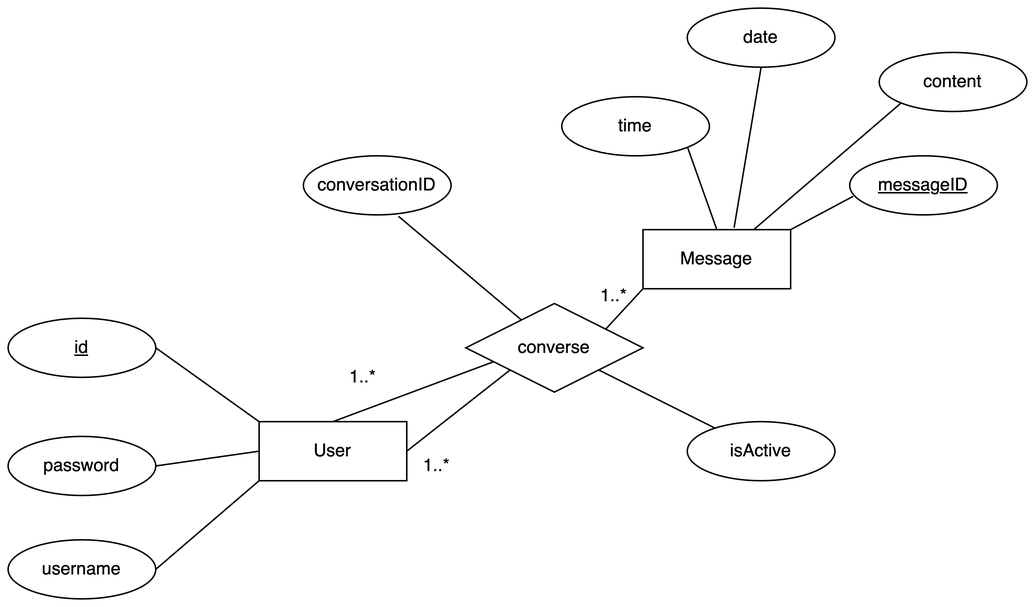
The draw.io diagram Conception/Database entity-relationship diagram/ERD.png in mousssse/ChatApp, before a commit. Source tidied: cells renumbered, new cells last; positions are measured from the earlier drawing's top-left corner, leaving out a move shared by most shapes.
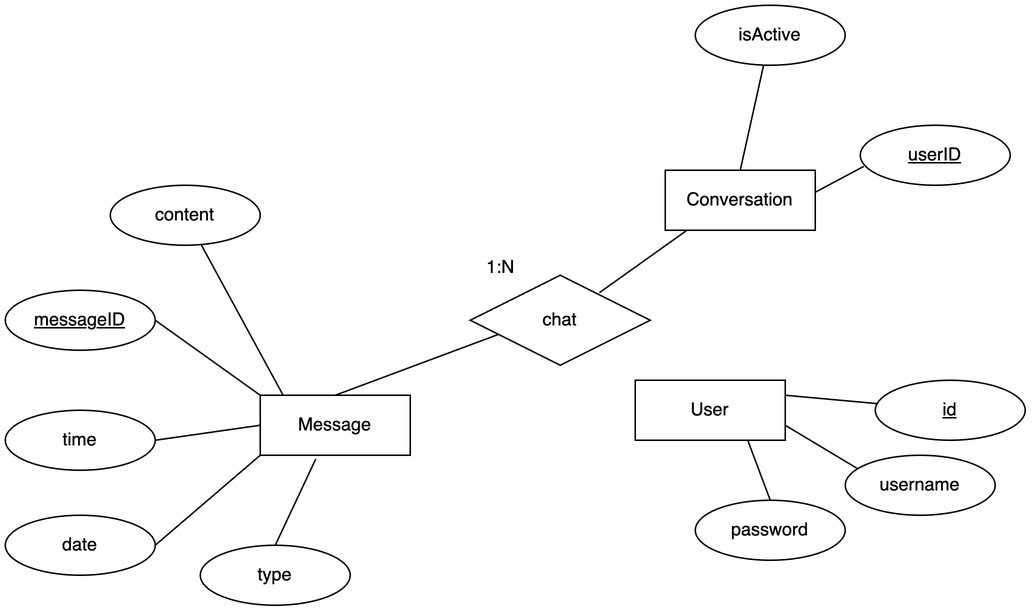
Later version of the same file.

The edit, as a diff of the source:
```diff
@@ -2,16 +2,16 @@
   <root>
     <mxCell id="0" />
     <mxCell id="1" parent="0" />
-    <mxCell id="2" value="User" style="whiteSpace=wrap;html=1;align=center;" parent="1" vertex="1">
+    <mxCell id="2" value="Message" style="whiteSpace=wrap;html=1;align=center;" parent="1" vertex="1">
       <mxGeometry x="170" y="280" width="100" height="40" as="geometry" />
     </mxCell>
-    <mxCell id="3" value="id" style="ellipse;whiteSpace=wrap;html=1;align=center;fontStyle=4;" parent="1" vertex="1">
+    <mxCell id="3" value="messageID" style="ellipse;whiteSpace=wrap;html=1;align=center;fontStyle=4;" parent="1" vertex="1">
       <mxGeometry y="210" width="100" height="40" as="geometry" />
     </mxCell>
-    <mxCell id="4" value="password" style="ellipse;whiteSpace=wrap;html=1;align=center;" parent="1" vertex="1">
+    <mxCell id="4" value="time" style="ellipse;whiteSpace=wrap;html=1;align=center;" parent="1" vertex="1">
       <mxGeometry y="290" width="100" height="40" as="geometry" />
     </mxCell>
-    <mxCell id="5" value="username" style="ellipse;whiteSpace=wrap;html=1;align=center;" parent="1" vertex="1">
+    <mxCell id="5" value="date" style="ellipse;whiteSpace=wrap;html=1;align=center;" parent="1" vertex="1">
       <mxGeometry y="360" width="100" height="40" as="geometry" />
     </mxCell>
     <mxCell id="6" style="endArrow=none;html=1;rounded=0;exitX=1;exitY=0.5;exitDx=0;exitDy=0;entryX=0;entryY=0;entryDx=0;entryDy=0;" parent="1" edge="1" source="3" target="2">
@@ -23,11 +23,8 @@
     <mxCell id="8" style="endArrow=none;html=1;rounded=0;exitX=1;exitY=0.5;exitDx=0;exitDy=0;entryX=0;entryY=1;entryDx=0;entryDy=0;" parent="1" edge="1" source="5" target="2">
       <mxGeometry relative="1" as="geometry" />
     </mxCell>
-    <mxCell id="9" style="endArrow=none;html=1;rounded=0;exitX=0;exitY=1;exitDx=0;exitDy=0;entryX=0.5;entryY=1;entryDx=0;entryDy=0;" parent="1" edge="1">
-      <mxGeometry relative="1" as="geometry">
-        <mxPoint x="430" y="190" as="sourcePoint" />
-        <mxPoint x="370" y="255" as="targetPoint" />
-      </mxGeometry>
+    <mxCell id="9" style="endArrow=none;html=1;rounded=0;exitX=0.14;exitY=1.009;exitDx=0;exitDy=0;entryX=0.718;entryY=0.193;entryDx=0;entryDy=0;exitPerimeter=0;entryPerimeter=0;" parent="1" edge="1" source="26" target="11">
+      <mxGeometry relative="1" as="geometry" />
     </mxCell>
     <mxCell id="10" style="endArrow=none;html=1;rounded=0;entryX=1;entryY=0;entryDx=0;entryDy=0;exitX=0.024;exitY=0.685;exitDx=0;exitDy=0;exitPerimeter=0;" parent="1" edge="1">
       <mxGeometry relative="1" as="geometry">
@@ -35,63 +32,61 @@
         <mxPoint x="530" y="150" as="targetPoint" />
       </mxGeometry>
     </mxCell>
-    <mxCell id="11" value="converse" style="shape=rhombus;perimeter=rhombusPerimeter;whiteSpace=wrap;html=1;align=center;" parent="1" vertex="1">
+    <mxCell id="11" value="chat" style="shape=rhombus;perimeter=rhombusPerimeter;whiteSpace=wrap;html=1;align=center;" parent="1" vertex="1">
       <mxGeometry x="310" y="200" width="120" height="60" as="geometry" />
     </mxCell>
-    <mxCell id="12" style="endArrow=none;html=1;rounded=0;exitX=1;exitY=0.5;exitDx=0;exitDy=0;entryX=0;entryY=1;entryDx=0;entryDy=0;" parent="1" edge="1" source="2" target="11">
-      <mxGeometry relative="1" as="geometry" />
-    </mxCell>
     <mxCell id="13" style="endArrow=none;html=1;rounded=0;exitX=0.5;exitY=0;exitDx=0;exitDy=0;entryX=0.157;entryY=0.657;entryDx=0;entryDy=0;entryPerimeter=0;" parent="1" edge="1" source="2" target="11">
       <mxGeometry relative="1" as="geometry" />
     </mxCell>
-    <mxCell id="14" value="1..*" style="text;html=1;align=center;verticalAlign=middle;strokeColor=none;fillColor=none;" parent="1" vertex="1">
-      <mxGeometry x="270" y="295" width="40" height="30" as="geometry" />
-    </mxCell>
-    <mxCell id="15" value="1..*" style="text;html=1;align=center;verticalAlign=middle;strokeColor=none;fillColor=none;" parent="1" vertex="1">
-      <mxGeometry x="220" y="235" width="40" height="30" as="geometry" />
+    <mxCell id="15" value="1:N" style="text;html=1;align=center;verticalAlign=middle;strokeColor=none;fillColor=none;" parent="1" vertex="1">
+      <mxGeometry x="310" y="180" width="40" height="30" as="geometry" />
     </mxCell>
-    <mxCell id="16" value="1..*" style="text;html=1;align=center;verticalAlign=middle;strokeColor=none;fillColor=none;" parent="1" vertex="1">
-      <mxGeometry x="390" y="180" width="40" height="30" as="geometry" />
-    </mxCell>
-    <mxCell id="17" value="date" style="ellipse;whiteSpace=wrap;html=1;align=center;" parent="1" vertex="1">
-      <mxGeometry x="460" width="100" height="40" as="geometry" />
-    </mxCell>
-    <mxCell id="18" value="time" style="ellipse;whiteSpace=wrap;html=1;align=center;" parent="1" vertex="1">
-      <mxGeometry x="375" y="60" width="100" height="40" as="geometry" />
-    </mxCell>
-    <mxCell id="19" value="content" style="ellipse;whiteSpace=wrap;html=1;align=center;" parent="1" vertex="1">
-      <mxGeometry x="590" y="30" width="100" height="40" as="geometry" />
-    </mxCell>
-    <mxCell id="20" style="endArrow=none;html=1;rounded=0;entryX=1;entryY=1;entryDx=0;entryDy=0;exitX=0.5;exitY=0;exitDx=0;exitDy=0;" parent="1" edge="1" target="18">
-      <mxGeometry relative="1" as="geometry">
-        <mxPoint x="480" y="150" as="sourcePoint" />
-      </mxGeometry>
-    </mxCell>
-    <mxCell id="21" style="endArrow=none;html=1;rounded=0;entryX=0.617;entryY=-0.032;entryDx=0;entryDy=0;exitX=0.5;exitY=1;exitDx=0;exitDy=0;entryPerimeter=0;" parent="1" edge="1" source="17" target="26">
-      <mxGeometry relative="1" as="geometry" />
-    </mxCell>
-    <mxCell id="22" style="endArrow=none;html=1;rounded=0;entryX=0.75;entryY=0;entryDx=0;entryDy=0;exitX=0;exitY=1;exitDx=0;exitDy=0;" parent="1" edge="1" source="19">
-      <mxGeometry relative="1" as="geometry">
-        <mxPoint x="505" y="150" as="targetPoint" />
-      </mxGeometry>
-    </mxCell>
     <mxCell id="23" value="isActive" style="ellipse;whiteSpace=wrap;html=1;align=center;" parent="1" vertex="1">
-      <mxGeometry x="460" y="280" width="100" height="40" as="geometry" />
+      <mxGeometry x="460" y="20" width="100" height="40" as="geometry" />
     </mxCell>
-    <mxCell id="24" style="endArrow=none;html=1;rounded=0;entryX=1;entryY=1;entryDx=0;entryDy=0;" parent="1" edge="1" source="23" target="11">
+    <mxCell id="24" style="endArrow=none;html=1;rounded=0;entryX=0.5;entryY=0;entryDx=0;entryDy=0;" parent="1" edge="1" source="23" target="26">
       <mxGeometry relative="1" as="geometry" />
     </mxCell>
-    <mxCell id="25" value="messageID" style="ellipse;whiteSpace=wrap;html=1;align=center;fontStyle=4;" parent="1" vertex="1">
+    <mxCell id="25" value="userID" style="ellipse;whiteSpace=wrap;html=1;align=center;fontStyle=4;" parent="1" vertex="1">
       <mxGeometry x="570" y="100" width="100" height="40" as="geometry" />
     </mxCell>
-    <mxCell id="26" value="Message" style="whiteSpace=wrap;html=1;align=center;" parent="1" vertex="1">
-      <mxGeometry x="430" y="150" width="100" height="40" as="geometry" />
+    <mxCell id="26" value="Conversation" style="whiteSpace=wrap;html=1;align=center;" parent="1" vertex="1">
+      <mxGeometry x="440" y="130" width="100" height="40" as="geometry" />
     </mxCell>
-    <mxCell id="27" value="conversationID" style="ellipse;whiteSpace=wrap;html=1;align=center;" parent="1" vertex="1">
-      <mxGeometry x="200" y="100" width="100" height="40" as="geometry" />
-    </mxCell>
-    <mxCell id="28" style="endArrow=none;html=1;rounded=0;exitX=0.644;exitY=1.024;exitDx=0;exitDy=0;exitPerimeter=0;" parent="1" edge="1" source="27" target="11">
-      <mxGeometry relative="1" as="geometry" />
-    </mxCell>
+    <mxCell id="29" value="type" style="ellipse;whiteSpace=wrap;html=1;align=center;" parent="1" vertex="1">
+      <mxGeometry x="130" y="380" width="100" height="40" as="geometry" />
+    </mxCell>
+    <mxCell id="30" style="endArrow=none;html=1;rounded=0;exitX=0.5;exitY=0;exitDx=0;exitDy=0;entryX=0.37;entryY=1.063;entryDx=0;entryDy=0;entryPerimeter=0;" parent="1" edge="1" source="29" target="2">
+      <mxGeometry relative="1" as="geometry" />
+    </mxCell>
+    <mxCell id="19" value="content" style="ellipse;whiteSpace=wrap;html=1;align=center;" parent="1" vertex="1">
+      <mxGeometry x="70" y="140" width="100" height="40" as="geometry" />
+    </mxCell>
+    <mxCell id="31" style="endArrow=none;html=1;rounded=0;entryX=0.15;entryY=-0.012;entryDx=0;entryDy=0;entryPerimeter=0;" parent="1" edge="1" source="19" target="2">
+      <mxGeometry relative="1" as="geometry" />
+    </mxCell>
+    <mxCell id="32" value="User" style="whiteSpace=wrap;html=1;align=center;" parent="1" vertex="1">
+      <mxGeometry x="420" y="270" width="100" height="40" as="geometry" />
+    </mxCell>
+    <mxCell id="33" value="&lt;u&gt;id&lt;/u&gt;" style="ellipse;whiteSpace=wrap;html=1;align=center;" parent="1" vertex="1">
+      <mxGeometry x="580" y="270" width="100" height="40" as="geometry" />
+    </mxCell>
+    <mxCell id="34" style="endArrow=none;html=1;rounded=0;entryX=1;entryY=0.25;entryDx=0;entryDy=0;" parent="1" edge="1" source="33" target="32">
+      <mxGeometry relative="1" as="geometry" />
+    </mxCell>
+    <mxCell id="35" style="endArrow=none;html=1;rounded=0;entryX=1;entryY=0.75;entryDx=0;entryDy=0;" parent="1" edge="1" target="32">
+      <mxGeometry relative="1" as="geometry">
+        <mxPoint x="570" y="330" as="sourcePoint" />
+      </mxGeometry>
+    </mxCell>
+    <mxCell id="36" value="username" style="ellipse;whiteSpace=wrap;html=1;align=center;" parent="1" vertex="1">
+      <mxGeometry x="560" y="320" width="100" height="40" as="geometry" />
+    </mxCell>
+    <mxCell id="37" style="endArrow=none;html=1;rounded=0;entryX=0.75;entryY=1;entryDx=0;entryDy=0;exitX=0.5;exitY=0;exitDx=0;exitDy=0;" parent="1" edge="1" source="38" target="32">
+      <mxGeometry relative="1" as="geometry" />
+    </mxCell>
+    <mxCell id="38" value="password" style="ellipse;whiteSpace=wrap;html=1;align=center;" parent="1" vertex="1">
+      <mxGeometry x="460" y="350" width="100" height="40" as="geometry" />
+    </mxCell>
   </root>
 </mxGraphModel>
```
